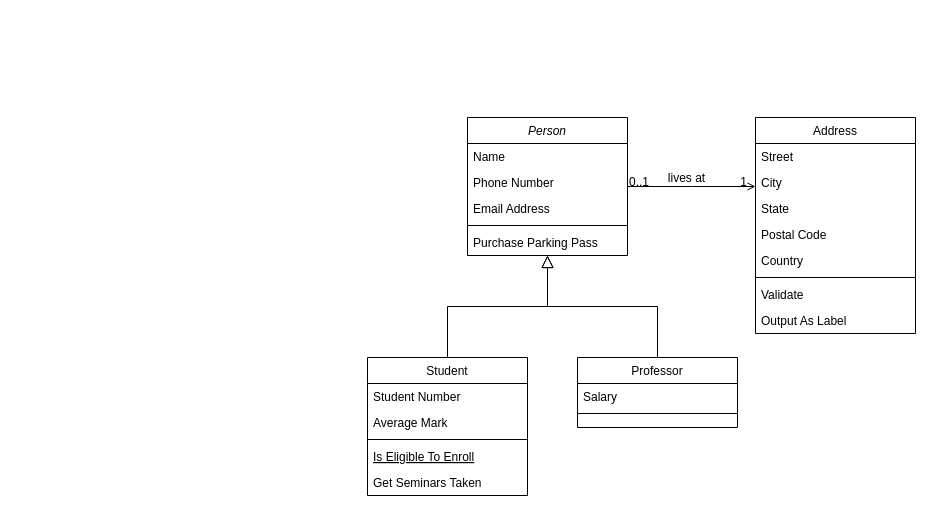
Earlier version of the draw.io diagram Untitled Diagram.drawio (EdungDivinefavour/LawreneEdung). Source tidied: cells renumbered, new cells numbered last; positions are measured from the earlier drawing's top-left corner, leaving out a move shared by most shapes. Both pictures are drawn from the tidied source at 100%, with x=0, y=0 at pixel (367, 117).
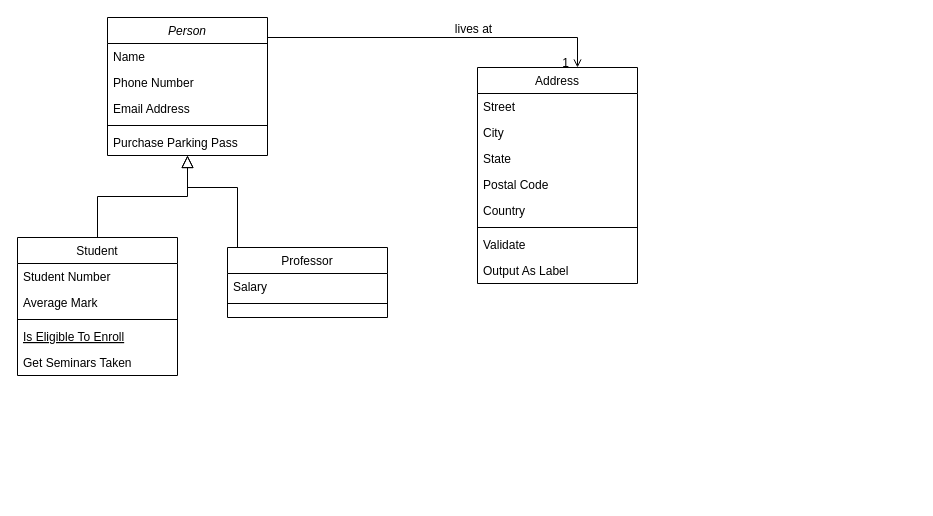
After the change.

What changed in the source:
```diff
@@
-<mxGraphModel>
+<mxGraphModel background="#ffffff">
@@
     <mxCell id="2" value="Person" style="swimlane;fontStyle=2;align=center;verticalAlign=top;horizontal=1;startSize=26;rounded=0;shadow=0;strokeWidth=1;" parent="1" vertex="1">
-      <mxGeometry x="100" width="160" height="138" as="geometry" />
+      <mxGeometry x="-260" y="-100" width="160" height="138" as="geometry" />
     </mxCell>
@@
     <mxCell id="8" value="Student" style="swimlane;fontStyle=0;align=center;verticalAlign=top;horizontal=1;startSize=26;rounded=0;shadow=0;strokeWidth=1;" parent="1" vertex="1">
-      <mxGeometry y="240" width="160" height="138" as="geometry" />
+      <mxGeometry x="-350" y="120" width="160" height="138" as="geometry" />
     </mxCell>
@@
     <mxCell id="15" value="Professor" style="swimlane;fontStyle=0;align=center;verticalAlign=top;horizontal=1;startSize=26;rounded=0;shadow=0;strokeWidth=1;" parent="1" vertex="1">
-      <mxGeometry x="210" y="240" width="160" height="70" as="geometry" />
+      <mxGeometry x="-140" y="130" width="160" height="70" as="geometry" />
     </mxCell>
@@
-    <mxCell id="18" style="endArrow=block;endSize=10;endFill=0;shadow=0;strokeWidth=1;rounded=0;edgeStyle=elbowEdgeStyle;elbow=vertical;" parent="1" edge="1" source="15" target="2">
-      <mxGeometry relative="1" as="geometry" />
+    <mxCell id="18" style="endArrow=block;endSize=10;endFill=0;shadow=0;strokeWidth=1;rounded=0;edgeStyle=elbowEdgeStyle;elbow=vertical;entryX=0.5;entryY=1;entryDx=0;entryDy=0;" parent="1" edge="1" source="15" target="2">
+      <mxGeometry relative="1" as="geometry">
+        <Array as="points">
+          <mxPoint x="-130" y="70" />
+          <mxPoint x="-60" y="120" />
+          <mxPoint x="-40" y="90" />
+        </Array>
+      </mxGeometry>
     </mxCell>
     <mxCell id="19" value="Address" style="swimlane;fontStyle=0;align=center;verticalAlign=top;horizontal=1;startSize=26;rounded=0;shadow=0;strokeWidth=1;" parent="1" vertex="1">
-      <mxGeometry x="388" width="160" height="216" as="geometry" />
+      <mxGeometry x="110" y="-50" width="160" height="216" as="geometry" />
     </mxCell>
@@
-    <mxCell id="28" style="endArrow=open;shadow=0;strokeWidth=1;rounded=0;endFill=1;edgeStyle=elbowEdgeStyle;elbow=vertical;" parent="1" edge="1" source="2" target="19">
+    <mxCell id="28" style="endArrow=open;shadow=0;strokeWidth=1;rounded=0;endFill=1;edgeStyle=elbowEdgeStyle;elbow=vertical;exitX=1;exitY=0.5;exitDx=0;exitDy=0;" parent="1" edge="1" source="2" target="19">
       <mxGeometry x="0.5" y="41" relative="1" as="geometry">
+        <Array as="points">
+          <mxPoint x="210" y="-80" />
+          <mxPoint x="240" y="-80" />
+          <mxPoint x="-60" y="-80" />
+          <mxPoint x="-60" y="-60" />
+        </Array>
         <mxPoint x="-40" y="32" as="offset" />
       </mxGeometry>
     </mxCell>
-    <mxCell id="29" value="0..1" style="align=left;verticalAlign=bottom;labelBackgroundColor=none;fontSize=12;" parent="28" vertex="1">
-      <mxGeometry x="-1" relative="1" as="geometry">
-        <mxPoint y="4" as="offset" />
-      </mxGeometry>
-    </mxCell>
```
